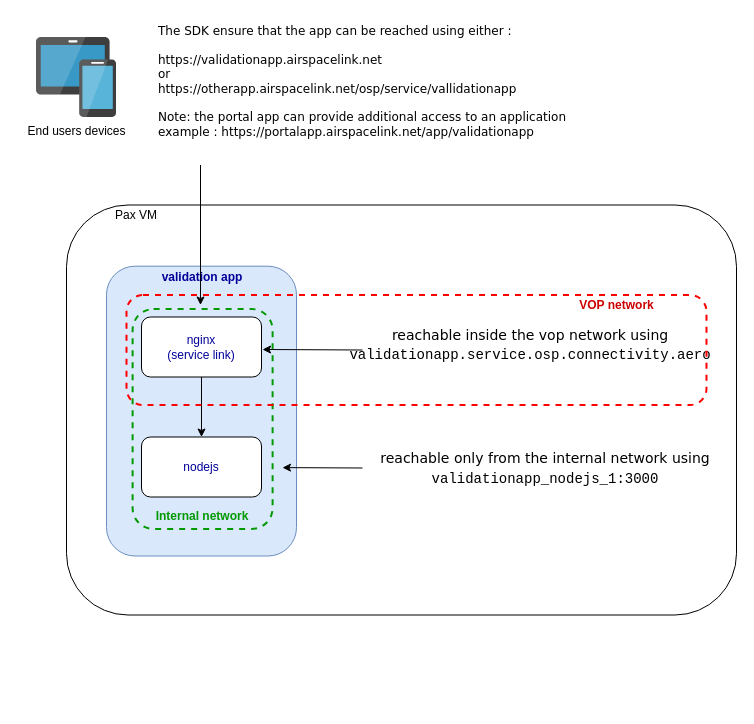
Above: SDK-Networking.drawio in claytonbrown/aws-drawing (draw.io), before the change. Source tidied: cells renumbered, new cells numbered last; positions are measured from the earlier drawing's top-left corner, leaving out a move shared by most shapes. Both pictures are drawn from the tidied source at 100%, with x=0, y=0 at pixel (36, 17).
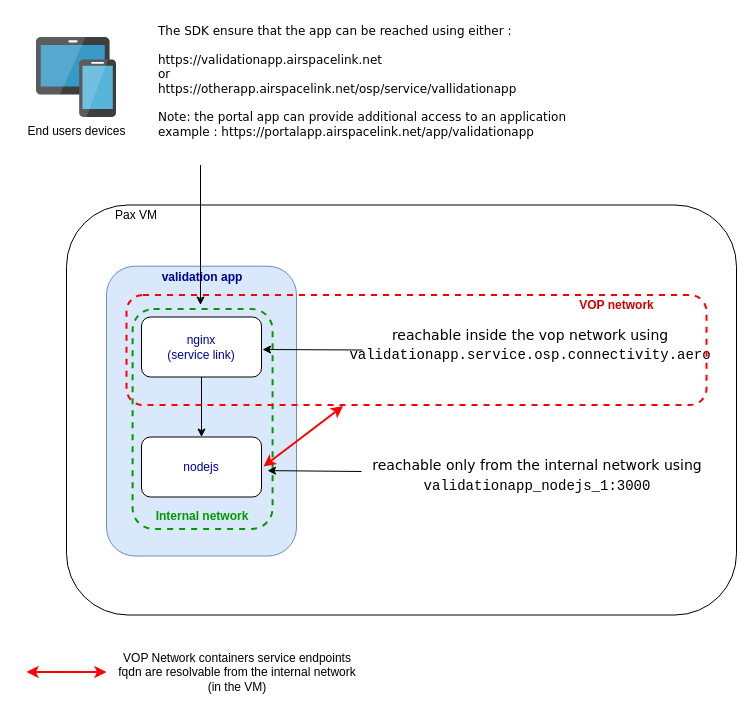
Above is the later version.

Diff of the diagram source:
```diff
@@
-    <mxCell id="24" style="endArrow=classic;html=1;fontColor=#009900;" parent="1" edge="1">
+    <mxCell id="24" style="endArrow=classic;html=1;fontColor=#009900;exitX=0;exitY=0.5;exitDx=0;exitDy=0;" parent="1" edge="1">
       <mxGeometry relative="1" as="geometry">
-        <mxPoint x="326" y="450.5" as="sourcePoint" />
-        <mxPoint x="246" y="450.1" as="targetPoint" />
+        <mxPoint x="325" y="454" as="sourcePoint" />
+        <mxPoint x="231" y="453.1" as="targetPoint" />
       </mxGeometry>
     </mxCell>
     <mxCell id="25" value="&lt;div style=&quot;font-size: 14px ; line-height: 19px&quot;&gt;&lt;font color=&quot;#000000&quot;&gt;&lt;font face=&quot;Verdana&quot;&gt;reachable only from the internal network using&lt;/font&gt;&lt;font face=&quot;consolas, courier new, monospace&quot;&gt; validationapp_nodejs_1:3000&lt;/font&gt;&lt;/font&gt;&lt;/div&gt;" style="text;html=1;strokeColor=none;fillColor=none;align=center;verticalAlign=middle;whiteSpace=wrap;rounded=0;dashed=1;fontColor=#009900;" parent="1" vertex="1">
-      <mxGeometry x="329" y="441" width="360" height="20" as="geometry" />
+      <mxGeometry x="321" y="448" width="360" height="20" as="geometry" />
     </mxCell>
+    <mxCell id="26" value="VOP Network containers service endpoints fqdn are resolvable from the internal network (in the VM)" style="text;html=1;strokeColor=none;fillColor=none;align=center;verticalAlign=middle;whiteSpace=wrap;rounded=0;" parent="1" vertex="1">
+      <mxGeometry x="81" y="620" width="240" height="70" as="geometry" />
+    </mxCell>
+    <mxCell id="27" style="endArrow=classic;startArrow=classic;html=1;strokeColor=#FF0000;strokeWidth=2;" parent="1" edge="1">
+      <mxGeometry relative="1" as="geometry">
+        <mxPoint x="227" y="449" as="sourcePoint" />
+        <mxPoint x="306.6" y="388.5" as="targetPoint" />
+      </mxGeometry>
+    </mxCell>
+    <mxCell id="28" style="endArrow=classic;startArrow=classic;html=1;strokeColor=#FF0000;strokeWidth=2;" parent="1" edge="1">
+      <mxGeometry relative="1" as="geometry">
+        <mxPoint x="-10" y="654.5" as="sourcePoint" />
+        <mxPoint x="70" y="654.5" as="targetPoint" />
+      </mxGeometry>
+    </mxCell>
```
